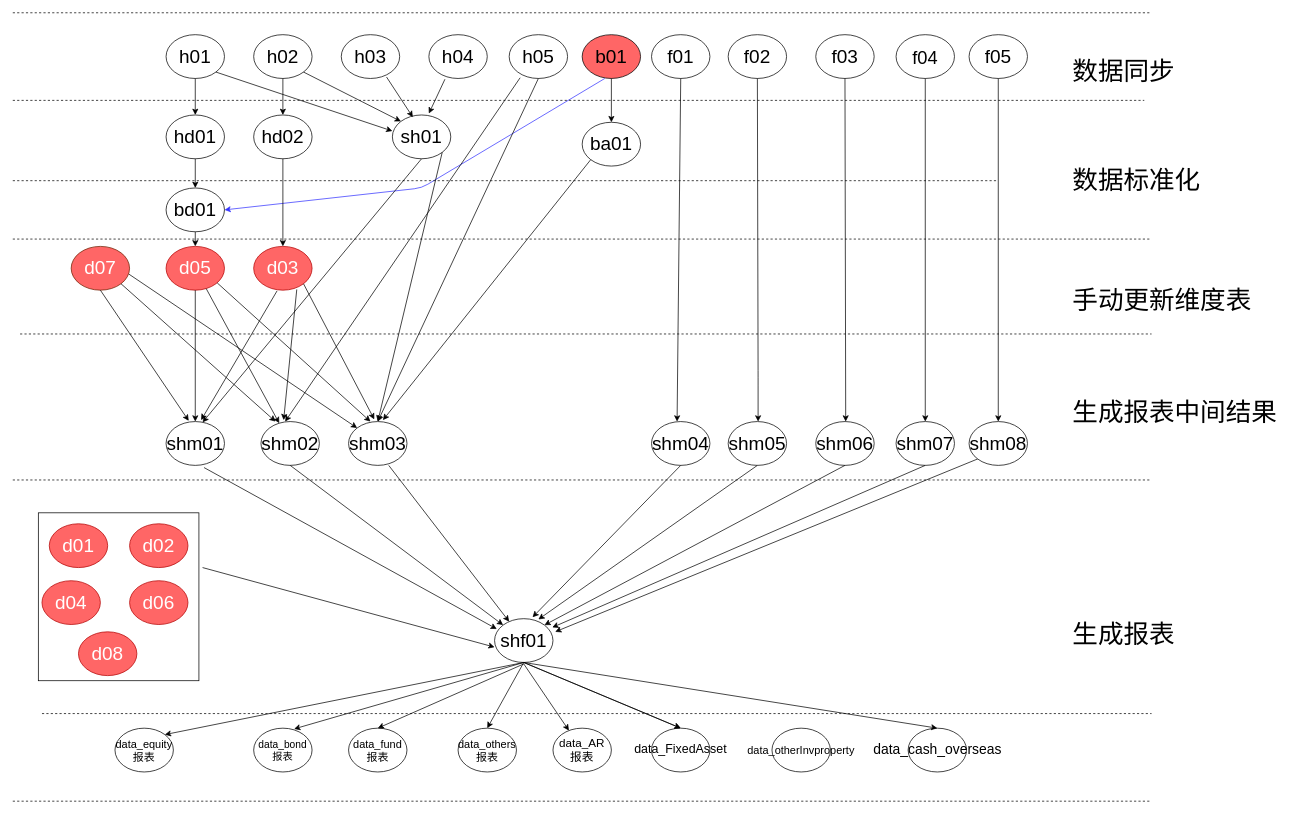
Above: 任务执行逻辑流程.drawio in gebifeixiang/investment (draw.io), before the change. Source tidied: cells renumbered, new cells numbered last; positions are measured from the earlier drawing's top-left corner, leaving out a move shared by most shapes. Both pictures are drawn from the tidied source at 73%, with x=0, y=0 at pixel (12, 12).
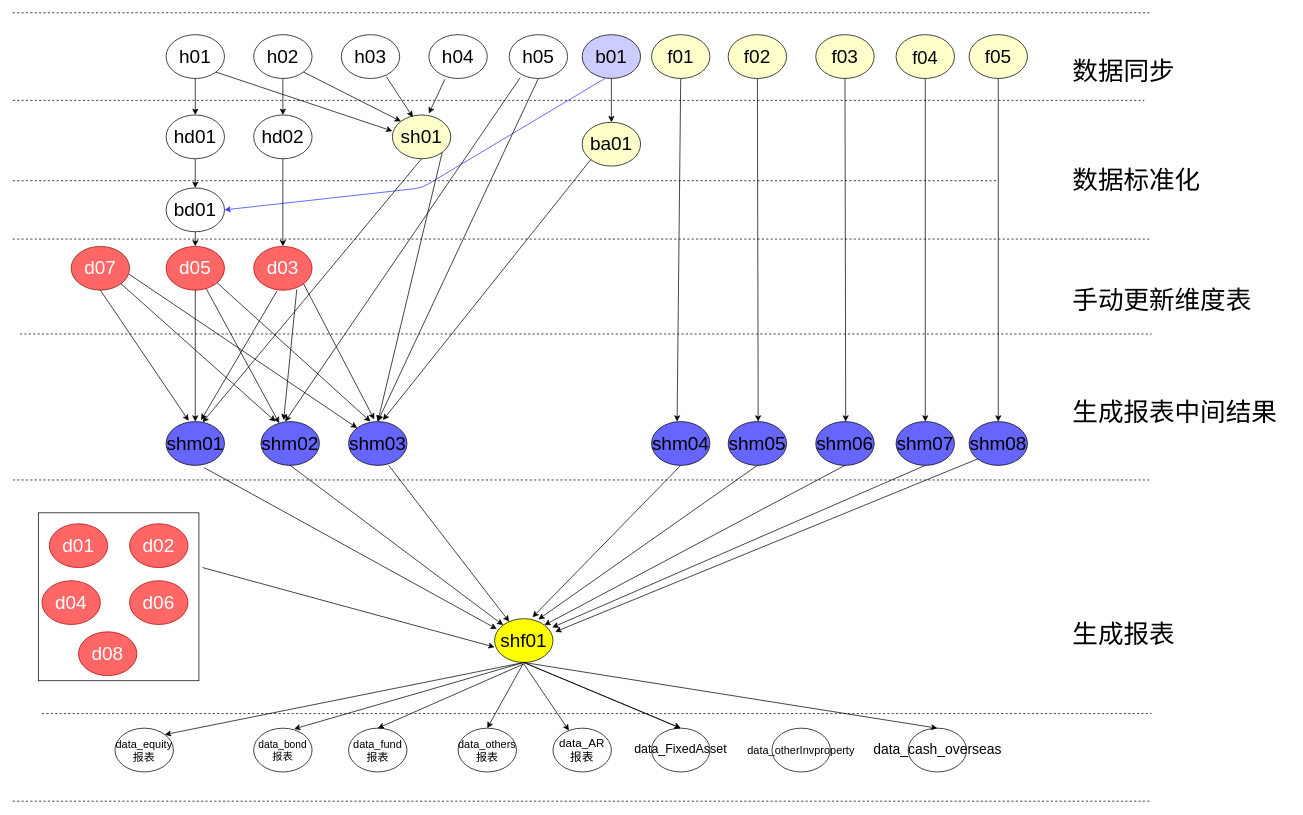
The same page after the edit.

Commit message (it also covers changes not shown here):
Update 任务执行逻辑流程.drawio

Change to the diagram source:
```diff
@@
-    <mxCell id="7" value="&lt;font style=&quot;font-size: 25px&quot;&gt;f04&lt;/font&gt;" style="ellipse;whiteSpace=wrap;html=1;" parent="1" vertex="1">
+    <mxCell id="7" value="&lt;font style=&quot;font-size: 25px&quot;&gt;f04&lt;/font&gt;" style="ellipse;whiteSpace=wrap;html=1;fillColor=#FFFFCC;" parent="1" vertex="1">
       <mxGeometry x="1210" y="30" width="80" height="60" as="geometry" />
     </mxCell>
-    <mxCell id="8" value="&lt;font style=&quot;font-size: 26px&quot;&gt;f03&lt;/font&gt;" style="ellipse;whiteSpace=wrap;html=1;" parent="1" vertex="1">
+    <mxCell id="8" value="&lt;font style=&quot;font-size: 26px&quot;&gt;f03&lt;/font&gt;" style="ellipse;whiteSpace=wrap;html=1;fillColor=#FFFFCC;" parent="1" vertex="1">
       <mxGeometry x="1100" y="30" width="80" height="60" as="geometry" />
     </mxCell>
-    <mxCell id="9" value="&lt;font style=&quot;font-size: 26px&quot;&gt;f02&lt;/font&gt;" style="ellipse;whiteSpace=wrap;html=1;" parent="1" vertex="1">
+    <mxCell id="9" value="&lt;font style=&quot;font-size: 26px&quot;&gt;f02&lt;/font&gt;" style="ellipse;whiteSpace=wrap;html=1;fillColor=#FFFFCC;" parent="1" vertex="1">
       <mxGeometry x="980" y="30" width="80" height="60" as="geometry" />
     </mxCell>
-    <mxCell id="10" value="&lt;font style=&quot;font-size: 26px&quot;&gt;f01&lt;/font&gt;" style="ellipse;whiteSpace=wrap;html=1;" parent="1" vertex="1">
+    <mxCell id="10" value="&lt;font style=&quot;font-size: 26px&quot;&gt;f01&lt;/font&gt;" style="ellipse;whiteSpace=wrap;html=1;fillColor=#FFFFCC;" parent="1" vertex="1">
       <mxGeometry x="875" y="30" width="80" height="60" as="geometry" />
     </mxCell>
@@
-    <mxCell id="12" value="&lt;font style=&quot;font-size: 26px&quot;&gt;f05&lt;/font&gt;" style="ellipse;whiteSpace=wrap;html=1;" parent="1" vertex="1">
+    <mxCell id="12" value="&lt;font style=&quot;font-size: 26px&quot;&gt;f05&lt;/font&gt;" style="ellipse;whiteSpace=wrap;html=1;fillColor=#FFFFCC;" parent="1" vertex="1">
       <mxGeometry x="1310" y="30" width="80" height="60" as="geometry" />
     </mxCell>
@@
-    <mxCell id="15" value="&lt;font style=&quot;font-size: 26px&quot;&gt;b01&lt;/font&gt;" style="ellipse;whiteSpace=wrap;html=1;fillColor=#FF6666;" parent="1" vertex="1">
+    <mxCell id="15" value="&lt;font style=&quot;font-size: 26px&quot;&gt;b01&lt;/font&gt;" style="ellipse;whiteSpace=wrap;html=1;fillColor=#CCCCFF;" parent="1" vertex="1">
       <mxGeometry x="780" y="30" width="80" height="60" as="geometry" />
     </mxCell>
-    <mxCell id="16" value="&lt;font style=&quot;font-size: 26px&quot;&gt;ba01&lt;/font&gt;" style="ellipse;whiteSpace=wrap;html=1;" parent="1" vertex="1">
+    <mxCell id="16" value="&lt;font style=&quot;font-size: 26px&quot;&gt;ba01&lt;/font&gt;" style="ellipse;whiteSpace=wrap;html=1;fillColor=#FFFFCC;" parent="1" vertex="1">
       <mxGeometry x="780" y="150" width="80" height="60" as="geometry" />
     </mxCell>
-    <mxCell id="17" value="&lt;font style=&quot;font-size: 26px&quot;&gt;shm05&lt;/font&gt;" style="ellipse;whiteSpace=wrap;html=1;" parent="1" vertex="1">
+    <mxCell id="17" value="&lt;font style=&quot;font-size: 26px&quot;&gt;shm05&lt;/font&gt;" style="ellipse;whiteSpace=wrap;html=1;fillColor=#6666FF;" parent="1" vertex="1">
       <mxGeometry x="980" y="560" width="80" height="60" as="geometry" />
     </mxCell>
-    <mxCell id="18" value="&lt;font style=&quot;font-size: 26px&quot;&gt;shm04&lt;/font&gt;" style="ellipse;whiteSpace=wrap;html=1;" parent="1" vertex="1">
+    <mxCell id="18" value="&lt;font style=&quot;font-size: 26px&quot;&gt;shm04&lt;/font&gt;" style="ellipse;whiteSpace=wrap;html=1;fillColor=#6666FF;" parent="1" vertex="1">
       <mxGeometry x="875" y="560" width="80" height="60" as="geometry" />
     </mxCell>
-    <mxCell id="19" value="&lt;font style=&quot;font-size: 26px&quot;&gt;shm03&lt;/font&gt;" style="ellipse;whiteSpace=wrap;html=1;" parent="1" vertex="1">
+    <mxCell id="19" value="&lt;font style=&quot;font-size: 26px&quot;&gt;shm03&lt;/font&gt;" style="ellipse;whiteSpace=wrap;html=1;fillColor=#6666FF;" parent="1" vertex="1">
       <mxGeometry x="460" y="560" width="80" height="60" as="geometry" />
     </mxCell>
-    <mxCell id="20" value="&lt;font style=&quot;font-size: 26px&quot;&gt;shm02&lt;/font&gt;" style="ellipse;whiteSpace=wrap;html=1;" parent="1" vertex="1">
+    <mxCell id="20" value="&lt;font style=&quot;font-size: 26px&quot;&gt;shm02&lt;/font&gt;" style="ellipse;whiteSpace=wrap;html=1;fillColor=#6666FF;" parent="1" vertex="1">
       <mxGeometry x="340" y="560" width="80" height="60" as="geometry" />
     </mxCell>
-    <mxCell id="21" value="&lt;font style=&quot;font-size: 26px&quot;&gt;shm01&lt;/font&gt;" style="ellipse;whiteSpace=wrap;html=1;" parent="1" vertex="1">
+    <mxCell id="21" value="&lt;font style=&quot;font-size: 26px&quot;&gt;shm01&lt;/font&gt;" style="ellipse;whiteSpace=wrap;html=1;fillColor=#6666FF;" parent="1" vertex="1">
       <mxGeometry x="210" y="560" width="80" height="60" as="geometry" />
     </mxCell>
-    <mxCell id="22" value="&lt;font style=&quot;font-size: 26px&quot;&gt;shm08&lt;/font&gt;" style="ellipse;whiteSpace=wrap;html=1;" parent="1" vertex="1">
+    <mxCell id="22" value="&lt;font style=&quot;font-size: 26px&quot;&gt;shm08&lt;/font&gt;" style="ellipse;whiteSpace=wrap;html=1;fillColor=#6666FF;" parent="1" vertex="1">
       <mxGeometry x="1310" y="560" width="80" height="60" as="geometry" />
     </mxCell>
-    <mxCell id="23" value="&lt;font style=&quot;font-size: 26px&quot;&gt;shm07&lt;/font&gt;" style="ellipse;whiteSpace=wrap;html=1;" parent="1" vertex="1">
+    <mxCell id="23" value="&lt;font style=&quot;font-size: 26px&quot;&gt;shm07&lt;/font&gt;" style="ellipse;whiteSpace=wrap;html=1;fillColor=#6666FF;" parent="1" vertex="1">
       <mxGeometry x="1210" y="560" width="80" height="60" as="geometry" />
     </mxCell>
-    <mxCell id="24" value="&lt;font style=&quot;font-size: 26px&quot;&gt;shm06&lt;/font&gt;" style="ellipse;whiteSpace=wrap;html=1;" parent="1" vertex="1">
+    <mxCell id="24" value="&lt;font style=&quot;font-size: 26px&quot;&gt;shm06&lt;/font&gt;" style="ellipse;whiteSpace=wrap;html=1;fillColor=#6666FF;" parent="1" vertex="1">
       <mxGeometry x="1100" y="560" width="80" height="60" as="geometry" />
     </mxCell>
-    <mxCell id="25" value="&lt;font style=&quot;font-size: 26px&quot;&gt;shf01&lt;/font&gt;" style="ellipse;whiteSpace=wrap;html=1;" parent="1" vertex="1">
+    <mxCell id="25" value="&lt;font style=&quot;font-size: 26px&quot;&gt;shf01&lt;/font&gt;" style="ellipse;whiteSpace=wrap;html=1;strokeColor=#000000;fillColor=#FFFF00;" parent="1" vertex="1">
       <mxGeometry x="660" y="830" width="80" height="60" as="geometry" />
     </mxCell>
@@
-    <mxCell id="32" value="&lt;font style=&quot;font-size: 26px&quot;&gt;sh01&lt;/font&gt;" style="ellipse;whiteSpace=wrap;html=1;" parent="1" vertex="1">
+    <mxCell id="32" value="&lt;font style=&quot;font-size: 26px&quot;&gt;sh01&lt;/font&gt;" style="ellipse;whiteSpace=wrap;html=1;fillColor=#FFFFCC;" parent="1" vertex="1">
       <mxGeometry x="520" y="140" width="80" height="60" as="geometry" />
     </mxCell>
```
